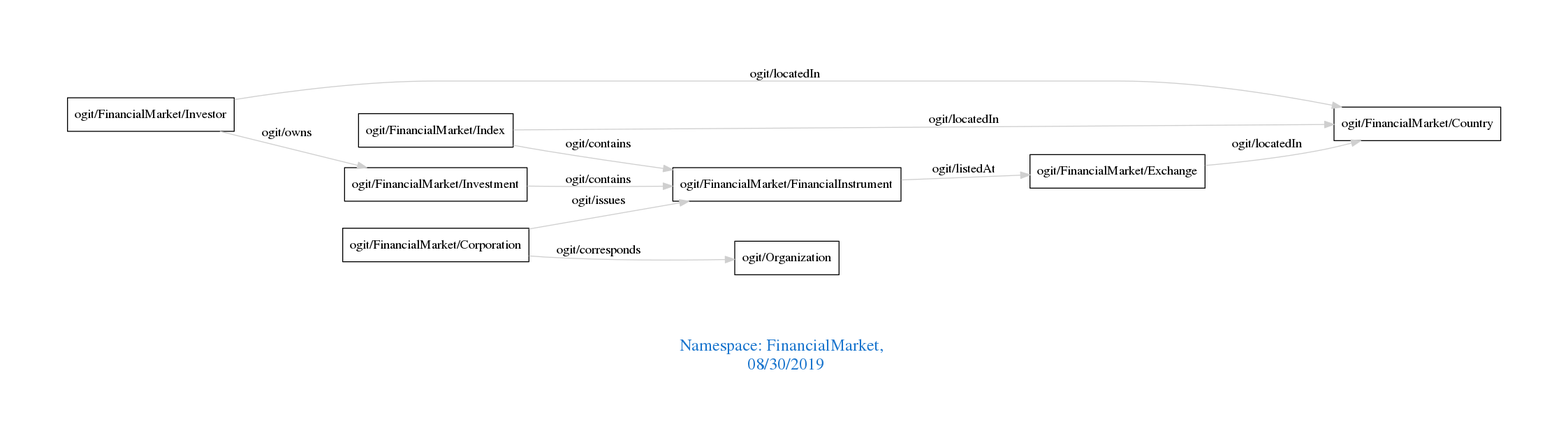
The Graphviz diagram downloads/FinancialMarket.png in arago/OGIT, before a commit. Its source is kept beside it as downloads/FinancialMarket.dot.
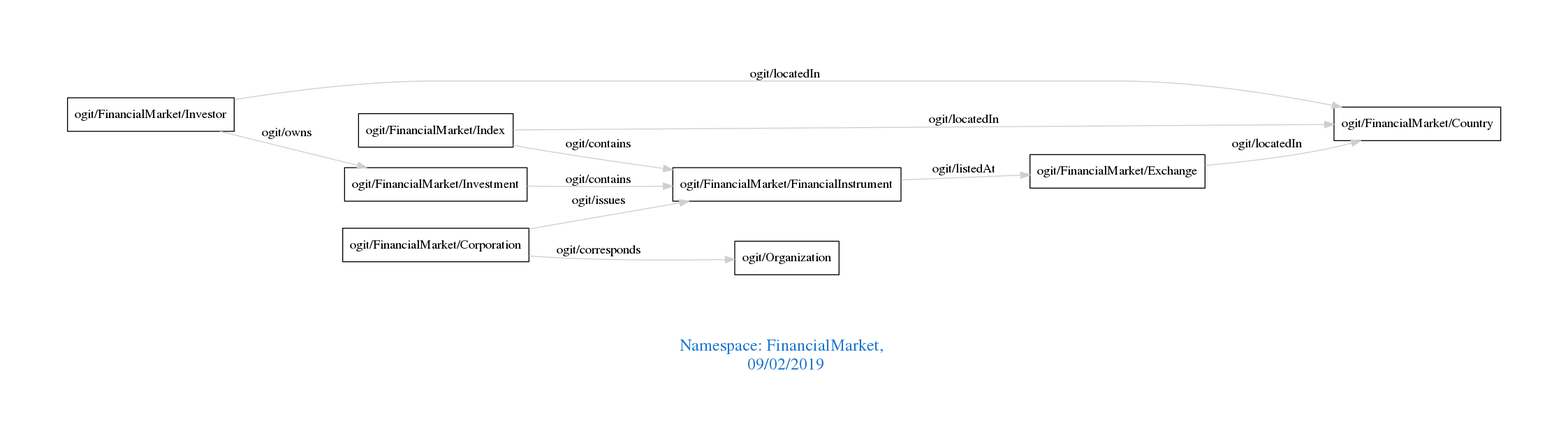
After the commit.

Diff of the diagram source:
```diff
@@ -1,7 +1,7 @@
 digraph OGIT_ontology {
  graph [ rankdir= LR,pad=1
 fontsize = 18,
-fontcolor= dodgerblue3,label = "\n\n\nNamespace: FinancialMarket, \n 08/30/2019"];
+fontcolor= dodgerblue3,label = "\n\n\nNamespace: FinancialMarket, \n 09/02/2019"];
 node[shape=polygon];
 edge [  color="gray81"];
 
```
